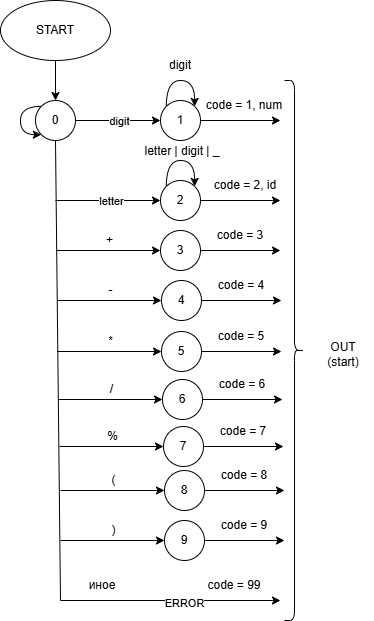
Above: images/lab6/diagr.drawio.png in AlexandrVeiber/lab_TFYAK (draw.io), before the change. Source tidied: cells renumbered, new cells last; positions are measured from the earlier drawing's top-left corner, leaving out a move shared by most shapes.
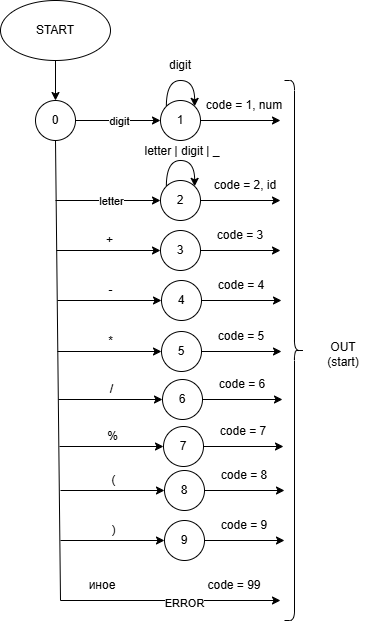
The same diagram one commit later.

Change to the diagram source:
```diff
@@ -221,14 +221,6 @@
     <mxCell id="57" value="code = 99" style="text;html=1;whiteSpace=wrap;strokeColor=none;fillColor=none;align=center;verticalAlign=middle;rounded=0;" parent="1" vertex="1">
       <mxGeometry x="204" y="570" width="60" height="30" as="geometry" />
     </mxCell>
-    <mxCell id="58" style="edgeStyle=orthogonalEdgeStyle;rounded=0;orthogonalLoop=1;jettySize=auto;html=1;exitX=0;exitY=0;exitDx=0;exitDy=0;entryX=0;entryY=1;entryDx=0;entryDy=0;curved=1;" parent="1" edge="1" source="6" target="6">
-      <mxGeometry relative="1" as="geometry">
-        <Array as="points">
-          <mxPoint x="20" y="106" />
-          <mxPoint x="20" y="134" />
-        </Array>
-      </mxGeometry>
-    </mxCell>
     <mxCell id="59" value="иное" style="text;html=1;whiteSpace=wrap;strokeColor=none;fillColor=none;align=center;verticalAlign=middle;rounded=0;" parent="1" vertex="1">
       <mxGeometry x="72" y="570" width="60" height="30" as="geometry" />
     </mxCell>
```
